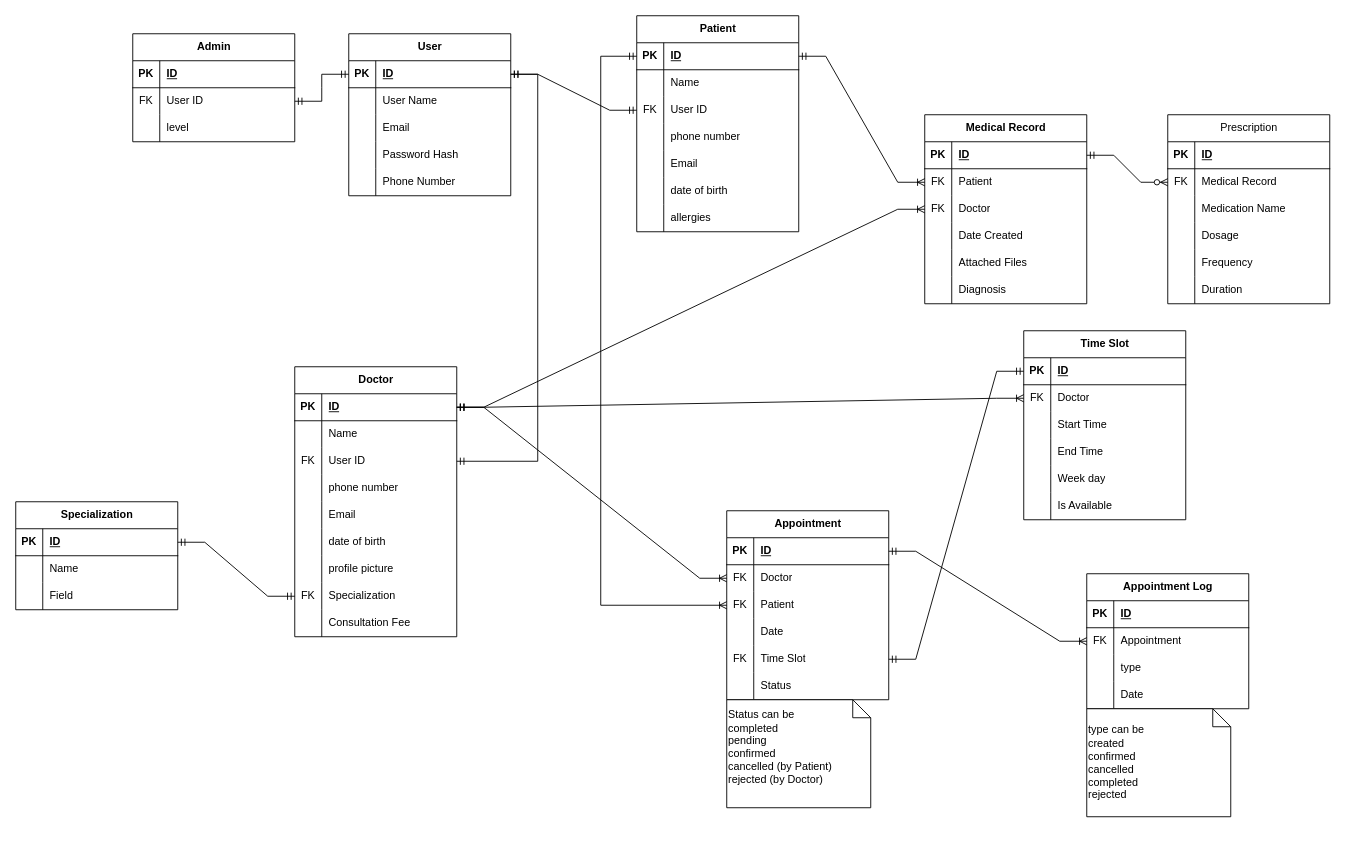
Before: Diagrams/ERD diagram.drawio in DEPI-TriCare/MediCare, a draw.io diagram. Source tidied: cells renumbered, new cells numbered last; positions are measured from the earlier drawing's top-left corner, leaving out a move shared by most shapes. Both pictures are drawn from the tidied source at 90%, with x=0, y=0 at pixel (15, 15).
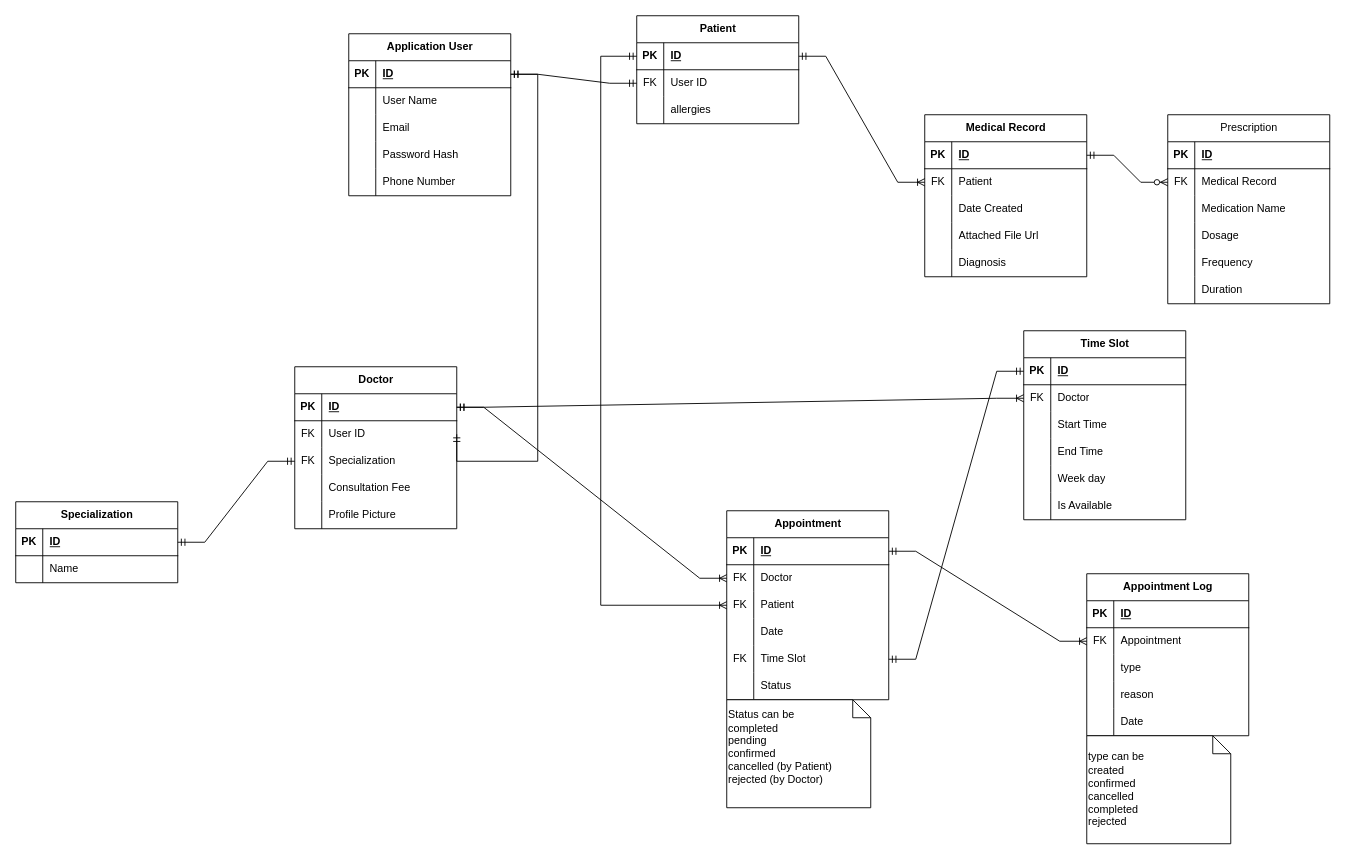
The same page after the edit.

Unchanged cells that the change refers to:
```xml
<mxCell id="25" style="shape=tableRow;horizontal=0;startSize=0;swimlaneHead=0;swimlaneBody=0;fillColor=none;points=[[0,0.5],[1,0.5]];portConstraint=eastwest;top=0;left=0;right=0;bottom=1;" parent="24" vertex="1">
  <mxGeometry y="30" width="180" height="30" as="geometry" />
</mxCell>
<mxCell id="162" style="shape=tableRow;horizontal=0;startSize=0;swimlaneHead=0;swimlaneBody=0;fillColor=none;points=[[0,0.5],[1,0.5]];portConstraint=eastwest;top=0;left=0;right=0;bottom=1;" parent="161" vertex="1">
  <mxGeometry y="30" width="180" height="30" as="geometry" />
</mxCell>
```

The edit, as a diff of the source:
```diff
@@
     <mxCell id="2" value="Patient" style="shape=table;startSize=30;childLayout=tableLayout;rowLines=0;fontStyle=1;align=center;html=1;" parent="1" vertex="1">
-      <mxGeometry x="690" width="180" height="240" as="geometry" />
+      <mxGeometry x="690" width="180" height="120" as="geometry" />
     </mxCell>
@@
-    <mxCell id="6" style="shape=tableRow;horizontal=0;startSize=0;swimlaneHead=0;swimlaneBody=0;fillColor=none;top=0;left=0;right=0;bottom=0;" parent="2" vertex="1">
-      <mxGeometry y="60" width="180" height="30" as="geometry" />
-    </mxCell>
-    <mxCell id="7" style="shape=partialRectangle;fillColor=none;top=0;left=0;bottom=0;right=0;overflow=hidden;whiteSpace=wrap;html=1;" parent="6" vertex="1">
-      <mxGeometry width="30" height="30" as="geometry" />
-    </mxCell>
-    <mxCell id="8" value="Name" style="shape=partialRectangle;fillColor=none;top=0;left=0;bottom=0;right=0;align=left;spacingLeft=6;overflow=hidden;whiteSpace=wrap;html=1;" parent="6" vertex="1">
-      <mxGeometry x="30" width="150" height="30" as="geometry" />
-    </mxCell>
     <mxCell id="9" style="shape=tableRow;horizontal=0;startSize=0;swimlaneHead=0;swimlaneBody=0;fillColor=none;points=[[0,0.5],[1,0.5]];portConstraint=eastwest;top=0;left=0;right=0;bottom=0;" parent="2" vertex="1">
-      <mxGeometry y="90" width="180" height="30" as="geometry" />
+      <mxGeometry y="60" width="180" height="30" as="geometry" />
     </mxCell>
@@
-    <mxCell id="12" style="shape=tableRow;horizontal=0;startSize=0;swimlaneHead=0;swimlaneBody=0;fillColor=none;top=0;left=0;right=0;bottom=0;" parent="2" vertex="1">
-      <mxGeometry y="120" width="180" height="30" as="geometry" />
-    </mxCell>
-    <mxCell id="13" style="shape=partialRectangle;fillColor=none;top=0;left=0;bottom=0;right=0;overflow=hidden;whiteSpace=wrap;html=1;" parent="12" vertex="1">
-      <mxGeometry width="30" height="30" as="geometry" />
-    </mxCell>
-    <mxCell id="14" value="phone number" style="shape=partialRectangle;fillColor=none;top=0;left=0;bottom=0;right=0;align=left;spacingLeft=6;overflow=hidden;whiteSpace=wrap;html=1;" parent="12" vertex="1">
-      <mxGeometry x="30" width="150" height="30" as="geometry" />
-    </mxCell>
-    <mxCell id="15" style="shape=tableRow;horizontal=0;startSize=0;swimlaneHead=0;swimlaneBody=0;fillColor=none;top=0;left=0;right=0;bottom=0;" parent="2" vertex="1">
-      <mxGeometry y="150" width="180" height="30" as="geometry" />
-    </mxCell>
-    <mxCell id="16" style="shape=partialRectangle;fillColor=none;top=0;left=0;bottom=0;right=0;overflow=hidden;whiteSpace=wrap;html=1;" parent="15" vertex="1">
-      <mxGeometry width="30" height="30" as="geometry" />
-    </mxCell>
-    <mxCell id="17" value="Email" style="shape=partialRectangle;fillColor=none;top=0;left=0;bottom=0;right=0;align=left;spacingLeft=6;overflow=hidden;whiteSpace=wrap;html=1;" parent="15" vertex="1">
-      <mxGeometry x="30" width="150" height="30" as="geometry" />
-    </mxCell>
-    <mxCell id="18" style="shape=tableRow;horizontal=0;startSize=0;swimlaneHead=0;swimlaneBody=0;fillColor=none;top=0;left=0;right=0;bottom=0;" parent="2" vertex="1">
-      <mxGeometry y="180" width="180" height="30" as="geometry" />
-    </mxCell>
-    <mxCell id="19" style="shape=partialRectangle;fillColor=none;top=0;left=0;bottom=0;right=0;overflow=hidden;whiteSpace=wrap;html=1;" parent="18" vertex="1">
-      <mxGeometry width="30" height="30" as="geometry" />
-    </mxCell>
-    <mxCell id="20" value="date of birth" style="shape=partialRectangle;fillColor=none;top=0;left=0;bottom=0;right=0;align=left;spacingLeft=6;overflow=hidden;whiteSpace=wrap;html=1;" parent="18" vertex="1">
-      <mxGeometry x="30" width="150" height="30" as="geometry" />
-    </mxCell>
     <mxCell id="21" style="shape=tableRow;horizontal=0;startSize=0;swimlaneHead=0;swimlaneBody=0;fillColor=none;top=0;left=0;right=0;bottom=0;" parent="2" vertex="1">
-      <mxGeometry y="210" width="180" height="30" as="geometry" />
+      <mxGeometry y="90" width="180" height="30" as="geometry" />
     </mxCell>
@@
     <mxCell id="24" value="Doctor" style="shape=table;startSize=30;childLayout=tableLayout;rowLines=0;fontStyle=1;align=center;html=1;" parent="1" vertex="1">
-      <mxGeometry x="310" y="390" width="180" height="300" as="geometry" />
+      <mxGeometry x="310" y="390" width="180" height="180" as="geometry" />
     </mxCell>
@@
-    <mxCell id="28" style="shape=tableRow;horizontal=0;startSize=0;swimlaneHead=0;swimlaneBody=0;fillColor=none;top=0;left=0;right=0;bottom=0;" parent="24" vertex="1">
-      <mxGeometry y="60" width="180" height="30" as="geometry" />
-    </mxCell>
-    <mxCell id="29" style="shape=partialRectangle;fillColor=none;top=0;left=0;bottom=0;right=0;overflow=hidden;whiteSpace=wrap;html=1;" parent="28" vertex="1">
-      <mxGeometry width="30" height="30" as="geometry" />
-    </mxCell>
-    <mxCell id="30" value="Name" style="shape=partialRectangle;fillColor=none;top=0;left=0;bottom=0;right=0;align=left;spacingLeft=6;overflow=hidden;whiteSpace=wrap;html=1;" parent="28" vertex="1">
-      <mxGeometry x="30" width="150" height="30" as="geometry" />
-    </mxCell>
     <mxCell id="31" style="shape=tableRow;horizontal=0;startSize=0;swimlaneHead=0;swimlaneBody=0;fillColor=none;points=[[0,0.5],[1,0.5]];portConstraint=eastwest;top=0;left=0;right=0;bottom=0;" parent="24" vertex="1">
-      <mxGeometry y="90" width="180" height="30" as="geometry" />
+      <mxGeometry y="60" width="180" height="30" as="geometry" />
     </mxCell>
@@
-    <mxCell id="34" style="shape=tableRow;horizontal=0;startSize=0;swimlaneHead=0;swimlaneBody=0;fillColor=none;top=0;left=0;right=0;bottom=0;" parent="24" vertex="1">
-      <mxGeometry y="120" width="180" height="30" as="geometry" />
-    </mxCell>
-    <mxCell id="35" style="shape=partialRectangle;fillColor=none;top=0;left=0;bottom=0;right=0;overflow=hidden;whiteSpace=wrap;html=1;" parent="34" vertex="1">
-      <mxGeometry width="30" height="30" as="geometry" />
-    </mxCell>
-    <mxCell id="36" value="phone number" style="shape=partialRectangle;fillColor=none;top=0;left=0;bottom=0;right=0;align=left;spacingLeft=6;overflow=hidden;whiteSpace=wrap;html=1;" parent="34" vertex="1">
-      <mxGeometry x="30" width="150" height="30" as="geometry" />
-    </mxCell>
-    <mxCell id="37" style="shape=tableRow;horizontal=0;startSize=0;swimlaneHead=0;swimlaneBody=0;fillColor=none;top=0;left=0;right=0;bottom=0;" parent="24" vertex="1">
-      <mxGeometry y="150" width="180" height="30" as="geometry" />
-    </mxCell>
-    <mxCell id="38" style="shape=partialRectangle;fillColor=none;top=0;left=0;bottom=0;right=0;overflow=hidden;whiteSpace=wrap;html=1;" parent="37" vertex="1">
-      <mxGeometry width="30" height="30" as="geometry" />
-    </mxCell>
-    <mxCell id="39" value="Email" style="shape=partialRectangle;fillColor=none;top=0;left=0;bottom=0;right=0;align=left;spacingLeft=6;overflow=hidden;whiteSpace=wrap;html=1;" parent="37" vertex="1">
-      <mxGeometry x="30" width="150" height="30" as="geometry" />
-    </mxCell>
-    <mxCell id="40" style="shape=tableRow;horizontal=0;startSize=0;swimlaneHead=0;swimlaneBody=0;fillColor=none;top=0;left=0;right=0;bottom=0;" parent="24" vertex="1">
-      <mxGeometry y="180" width="180" height="30" as="geometry" />
-    </mxCell>
-    <mxCell id="41" style="shape=partialRectangle;fillColor=none;top=0;left=0;bottom=0;right=0;overflow=hidden;whiteSpace=wrap;html=1;" parent="40" vertex="1">
-      <mxGeometry width="30" height="30" as="geometry" />
-    </mxCell>
-    <mxCell id="42" value="date of birth" style="shape=partialRectangle;fillColor=none;top=0;left=0;bottom=0;right=0;align=left;spacingLeft=6;overflow=hidden;whiteSpace=wrap;html=1;" parent="40" vertex="1">
-      <mxGeometry x="30" width="150" height="30" as="geometry" />
-    </mxCell>
-    <mxCell id="43" style="shape=tableRow;horizontal=0;startSize=0;swimlaneHead=0;swimlaneBody=0;fillColor=none;top=0;left=0;right=0;bottom=0;" parent="24" vertex="1">
-      <mxGeometry y="210" width="180" height="30" as="geometry" />
-    </mxCell>
-    <mxCell id="44" style="shape=partialRectangle;fillColor=none;top=0;left=0;bottom=0;right=0;overflow=hidden;whiteSpace=wrap;html=1;" parent="43" vertex="1">
-      <mxGeometry width="30" height="30" as="geometry" />
-    </mxCell>
-    <mxCell id="45" value="profile picture" style="shape=partialRectangle;fillColor=none;top=0;left=0;bottom=0;right=0;align=left;spacingLeft=6;overflow=hidden;whiteSpace=wrap;html=1;" parent="43" vertex="1">
-      <mxGeometry x="30" width="150" height="30" as="geometry" />
-    </mxCell>
     <mxCell id="46" style="shape=tableRow;horizontal=0;startSize=0;swimlaneHead=0;swimlaneBody=0;fillColor=none;points=[[0,0.5],[1,0.5]];portConstraint=eastwest;top=0;left=0;right=0;bottom=0;" parent="24" vertex="1">
-      <mxGeometry y="240" width="180" height="30" as="geometry" />
+      <mxGeometry y="90" width="180" height="30" as="geometry" />
     </mxCell>
@@
     <mxCell id="49" style="shape=tableRow;horizontal=0;startSize=0;swimlaneHead=0;swimlaneBody=0;fillColor=none;top=0;left=0;right=0;bottom=0;" parent="24" vertex="1">
-      <mxGeometry y="270" width="180" height="30" as="geometry" />
+      <mxGeometry y="120" width="180" height="30" as="geometry" />
     </mxCell>
@@
+    <mxCell id="191" style="shape=tableRow;horizontal=0;startSize=0;swimlaneHead=0;swimlaneBody=0;fillColor=none;top=0;left=0;right=0;bottom=0;" parent="24" vertex="1">
+      <mxGeometry y="150" width="180" height="30" as="geometry" />
+    </mxCell>
+    <mxCell id="192" style="shape=partialRectangle;fillColor=none;top=0;left=0;bottom=0;right=0;overflow=hidden;whiteSpace=wrap;html=1;" parent="191" vertex="1">
+      <mxGeometry width="30" height="30" as="geometry" />
+    </mxCell>
+    <mxCell id="193" value="Profile Picture" style="shape=partialRectangle;fillColor=none;top=0;left=0;bottom=0;right=0;align=left;spacingLeft=6;overflow=hidden;whiteSpace=wrap;html=1;" parent="191" vertex="1">
+      <mxGeometry x="30" width="150" height="30" as="geometry" />
+    </mxCell>
@@
     <mxCell id="71" value="Medical Record" style="shape=table;startSize=30;childLayout=tableLayout;rowLines=0;fontStyle=1;align=center;html=1;" parent="1" vertex="1">
-      <mxGeometry x="1010" y="110" width="180" height="210" as="geometry" />
+      <mxGeometry x="1010" y="110" width="180" height="180" as="geometry" />
     </mxCell>
@@
-    <mxCell id="78" style="shape=tableRow;horizontal=0;startSize=0;swimlaneHead=0;swimlaneBody=0;fillColor=none;points=[[0,0.5],[1,0.5]];portConstraint=eastwest;top=0;left=0;right=0;bottom=0;" parent="71" vertex="1">
-      <mxGeometry y="90" width="180" height="30" as="geometry" />
-    </mxCell>
-    <mxCell id="79" value="FK" style="shape=partialRectangle;fillColor=none;top=0;left=0;bottom=0;right=0;overflow=hidden;whiteSpace=wrap;html=1;" parent="78" vertex="1">
-      <mxGeometry width="30" height="30" as="geometry" />
-    </mxCell>
-    <mxCell id="80" value="Doctor" style="shape=partialRectangle;fillColor=none;top=0;left=0;bottom=0;right=0;align=left;spacingLeft=6;overflow=hidden;whiteSpace=wrap;html=1;" parent="78" vertex="1">
-      <mxGeometry x="30" width="150" height="30" as="geometry" />
-    </mxCell>
-    <mxCell id="81" style="shape=tableRow;horizontal=0;startSize=0;swimlaneHead=0;swimlaneBody=0;fillColor=none;top=0;left=0;right=0;bottom=0;" parent="71" vertex="1">
-      <mxGeometry y="120" width="180" height="30" as="geometry" />
-    </mxCell>
-    <mxCell id="82" style="shape=partialRectangle;fillColor=none;top=0;left=0;bottom=0;right=0;overflow=hidden;whiteSpace=wrap;html=1;" parent="81" vertex="1">
-      <mxGeometry width="30" height="30" as="geometry" />
-    </mxCell>
+    <mxCell id="194" style="shape=tableRow;horizontal=0;startSize=0;swimlaneHead=0;swimlaneBody=0;fillColor=none;top=0;left=0;right=0;bottom=0;" parent="71" vertex="1">
+      <mxGeometry y="90" width="180" height="30" as="geometry" />
+    </mxCell>
+    <mxCell id="195" style="shape=partialRectangle;fillColor=none;top=0;left=0;bottom=0;right=0;overflow=hidden;whiteSpace=wrap;html=1;" parent="194" vertex="1">
+      <mxGeometry width="30" height="30" as="geometry" />
+    </mxCell>
-    <mxCell id="83" value="Date Created" style="shape=partialRectangle;fillColor=none;top=0;left=0;bottom=0;right=0;align=left;spacingLeft=6;overflow=hidden;whiteSpace=wrap;html=1;" parent="81" vertex="1">
+    <mxCell id="83" value="Date Created" style="shape=partialRectangle;fillColor=none;top=0;left=0;bottom=0;right=0;align=left;spacingLeft=6;overflow=hidden;whiteSpace=wrap;html=1;" parent="194" vertex="1">
       <mxGeometry x="30" width="150" height="30" as="geometry" />
     </mxCell>
     <mxCell id="84" style="shape=tableRow;horizontal=0;startSize=0;swimlaneHead=0;swimlaneBody=0;fillColor=none;top=0;left=0;right=0;bottom=0;" parent="71" vertex="1">
-      <mxGeometry y="150" width="180" height="30" as="geometry" />
+      <mxGeometry y="120" width="180" height="30" as="geometry" />
     </mxCell>
@@
-    <mxCell id="86" value="Attached Files" style="shape=partialRectangle;fillColor=none;top=0;left=0;bottom=0;right=0;align=left;spacingLeft=6;overflow=hidden;whiteSpace=wrap;html=1;" parent="84" vertex="1">
+    <mxCell id="86" value="Attached File Url" style="shape=partialRectangle;fillColor=none;top=0;left=0;bottom=0;right=0;align=left;spacingLeft=6;overflow=hidden;whiteSpace=wrap;html=1;" parent="84" vertex="1">
       <mxGeometry x="30" width="150" height="30" as="geometry" />
     </mxCell>
     <mxCell id="87" style="shape=tableRow;horizontal=0;startSize=0;swimlaneHead=0;swimlaneBody=0;fillColor=none;top=0;left=0;right=0;bottom=0;" parent="71" vertex="1">
-      <mxGeometry y="180" width="180" height="30" as="geometry" />
+      <mxGeometry y="150" width="180" height="30" as="geometry" />
     </mxCell>
@@
     <mxCell id="90" value="Specialization" style="shape=table;startSize=30;childLayout=tableLayout;rowLines=0;fontStyle=1;align=center;html=1;" parent="1" vertex="1">
-      <mxGeometry y="540" width="180" height="120" as="geometry" />
+      <mxGeometry y="540" width="180" height="90" as="geometry" />
     </mxCell>
@@
-    <mxCell id="97" style="shape=tableRow;horizontal=0;startSize=0;swimlaneHead=0;swimlaneBody=0;fillColor=none;top=0;left=0;right=0;bottom=0;" parent="90" vertex="1">
-      <mxGeometry y="90" width="180" height="30" as="geometry" />
-    </mxCell>
-    <mxCell id="98" style="shape=partialRectangle;fillColor=none;top=0;left=0;bottom=0;right=0;overflow=hidden;whiteSpace=wrap;html=1;" parent="97" vertex="1">
-      <mxGeometry width="30" height="30" as="geometry" />
-    </mxCell>
-    <mxCell id="99" value="Field" style="shape=partialRectangle;fillColor=none;top=0;left=0;bottom=0;right=0;align=left;spacingLeft=6;overflow=hidden;whiteSpace=wrap;html=1;" parent="97" vertex="1">
-      <mxGeometry x="30" width="150" height="30" as="geometry" />
-    </mxCell>
@@
     <mxCell id="120" value="Appointment Log" style="shape=table;startSize=30;childLayout=tableLayout;rowLines=0;fontStyle=1;align=center;html=1;" parent="1" vertex="1">
-      <mxGeometry x="1190" y="620" width="180" height="150" as="geometry" />
+      <mxGeometry x="1190" y="620" width="180" height="180" as="geometry" />
     </mxCell>
@@
+    <mxCell id="196" style="shape=tableRow;horizontal=0;startSize=0;swimlaneHead=0;swimlaneBody=0;fillColor=none;top=0;left=0;right=0;bottom=0;" parent="120" vertex="1">
+      <mxGeometry y="120" width="180" height="30" as="geometry" />
+    </mxCell>
+    <mxCell id="197" style="shape=partialRectangle;fillColor=none;top=0;left=0;bottom=0;right=0;overflow=hidden;whiteSpace=wrap;html=1;" parent="196" vertex="1">
+      <mxGeometry width="30" height="30" as="geometry" />
+    </mxCell>
+    <mxCell id="198" value="reason" style="shape=partialRectangle;fillColor=none;top=0;left=0;bottom=0;right=0;align=left;spacingLeft=6;overflow=hidden;whiteSpace=wrap;html=1;" parent="196" vertex="1">
+      <mxGeometry x="30" width="150" height="30" as="geometry" />
+    </mxCell>
     <mxCell id="130" style="shape=tableRow;horizontal=0;startSize=0;swimlaneHead=0;swimlaneBody=0;fillColor=none;top=0;left=0;right=0;bottom=0;" parent="120" vertex="1">
-      <mxGeometry y="120" width="180" height="30" as="geometry" />
+      <mxGeometry y="150" width="180" height="30" as="geometry" />
     </mxCell>
@@
     <mxCell id="133" value="&lt;div&gt;type can be&lt;/div&gt;&lt;div&gt;created&lt;/div&gt;&lt;div&gt;confirmed&lt;/div&gt;&lt;div&gt;cancelled&lt;/div&gt;&lt;div&gt;completed&lt;/div&gt;&lt;div&gt;rejected&lt;/div&gt;" style="shape=note;size=20;whiteSpace=wrap;html=1;align=left;" parent="1" vertex="1">
-      <mxGeometry x="1190" y="770" width="160" height="120" as="geometry" />
+      <mxGeometry x="1190" y="800" width="160" height="120" as="geometry" />
     </mxCell>
@@
-    <mxCell id="160" style="edgeStyle=entityRelationEdgeStyle;fontSize=12;html=1;endArrow=ERoneToMany;startArrow=ERmandOne;rounded=0;entryX=0;entryY=0.5;entryDx=0;entryDy=0;exitX=1;exitY=0.5;exitDx=0;exitDy=0;" parent="1" edge="1" source="25" target="78">
-      <mxGeometry relative="1" as="geometry" />
-    </mxCell>
-    <mxCell id="161" value="User" style="shape=table;startSize=30;childLayout=tableLayout;rowLines=0;fontStyle=1;align=center;html=1;" parent="1" vertex="1">
+    <mxCell id="161" value="Application User" style="shape=table;startSize=30;childLayout=tableLayout;rowLines=0;fontStyle=1;align=center;html=1;" parent="1" vertex="1">
       <mxGeometry x="370" y="20" width="180" height="180" as="geometry" />
     </mxCell>
@@
-    <mxCell id="179" value="Admin" style="shape=table;startSize=30;childLayout=tableLayout;rowLines=0;fontStyle=1;align=center;html=1;" parent="1" vertex="1">
-      <mxGeometry x="130" y="20" width="180" height="120" as="geometry" />
-    </mxCell>
-    <mxCell id="180" style="shape=tableRow;horizontal=0;startSize=0;swimlaneHead=0;swimlaneBody=0;fillColor=none;top=0;left=0;right=0;bottom=1;" parent="179" vertex="1">
-      <mxGeometry y="30" width="180" height="30" as="geometry" />
-    </mxCell>
-    <mxCell id="181" value="PK" style="shape=partialRectangle;fillColor=none;top=0;left=0;bottom=0;right=0;fontStyle=1;overflow=hidden;whiteSpace=wrap;html=1;" parent="180" vertex="1">
-      <mxGeometry width="30" height="30" as="geometry" />
-    </mxCell>
-    <mxCell id="182" value="ID" style="shape=partialRectangle;fillColor=none;top=0;left=0;bottom=0;right=0;align=left;spacingLeft=6;fontStyle=5;overflow=hidden;whiteSpace=wrap;html=1;" parent="180" vertex="1">
-      <mxGeometry x="30" width="150" height="30" as="geometry" />
-    </mxCell>
-    <mxCell id="183" style="shape=tableRow;horizontal=0;startSize=0;swimlaneHead=0;swimlaneBody=0;fillColor=none;points=[[0,0.5],[1,0.5]];portConstraint=eastwest;top=0;left=0;right=0;bottom=0;" parent="179" vertex="1">
-      <mxGeometry y="60" width="180" height="30" as="geometry" />
-    </mxCell>
-    <mxCell id="184" value="FK" style="shape=partialRectangle;fillColor=none;top=0;left=0;bottom=0;right=0;overflow=hidden;whiteSpace=wrap;html=1;" parent="183" vertex="1">
-      <mxGeometry width="30" height="30" as="geometry" />
-    </mxCell>
-    <mxCell id="185" value="User ID" style="shape=partialRectangle;fillColor=none;top=0;left=0;bottom=0;right=0;align=left;spacingLeft=6;overflow=hidden;whiteSpace=wrap;html=1;" parent="183" vertex="1">
-      <mxGeometry x="30" width="150" height="30" as="geometry" />
-    </mxCell>
-    <mxCell id="186" style="shape=tableRow;horizontal=0;startSize=0;swimlaneHead=0;swimlaneBody=0;fillColor=none;top=0;left=0;right=0;bottom=0;" parent="179" vertex="1">
-      <mxGeometry y="90" width="180" height="30" as="geometry" />
-    </mxCell>
-    <mxCell id="187" style="shape=partialRectangle;fillColor=none;top=0;left=0;bottom=0;right=0;overflow=hidden;whiteSpace=wrap;html=1;" parent="186" vertex="1">
-      <mxGeometry width="30" height="30" as="geometry" />
-    </mxCell>
-    <mxCell id="188" value="level" style="shape=partialRectangle;fillColor=none;top=0;left=0;bottom=0;right=0;align=left;spacingLeft=6;overflow=hidden;whiteSpace=wrap;html=1;" parent="186" vertex="1">
-      <mxGeometry x="30" width="150" height="30" as="geometry" />
-    </mxCell>
-    <mxCell id="189" style="edgeStyle=entityRelationEdgeStyle;fontSize=12;html=1;endArrow=ERmandOne;startArrow=ERmandOne;rounded=0;entryX=0;entryY=0.5;entryDx=0;entryDy=0;exitX=1;exitY=0.5;exitDx=0;exitDy=0;" parent="1" edge="1" source="183" target="162">
-      <mxGeometry relative="1" as="geometry" />
-    </mxCell>
```
